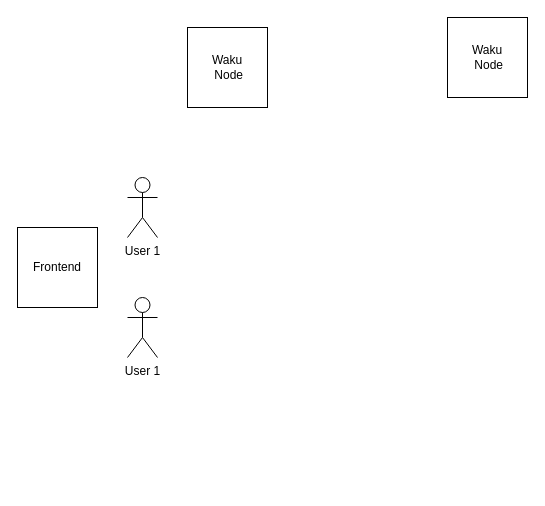
Earlier version of the draw.io diagram App architecture.drawio (sandrotbilisi/HackthonProject). Source tidied: cells renumbered, new cells numbered last; positions are measured from the earlier drawing's top-left corner, leaving out a move shared by most shapes. Both pictures are drawn from the tidied source at 100%, with x=0, y=0 at pixel (17, 17).
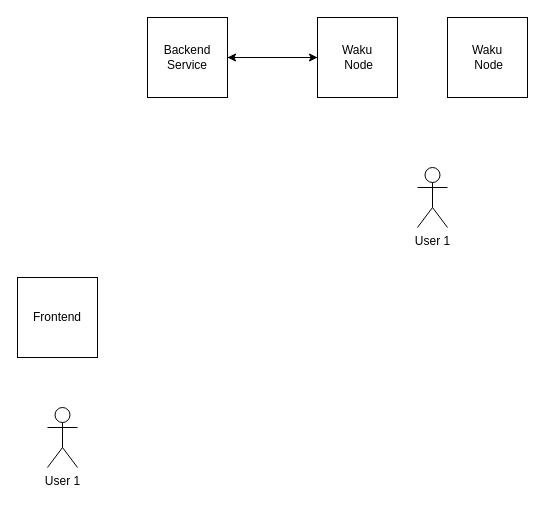
The same page after the edit.

The edit, as a diff of the source:
```diff
@@
 <mxGraphModel>
   <root>
     <mxCell id="0" />
     <mxCell id="1" parent="0" />
     <mxCell id="2" value="User 1&lt;br&gt;" style="shape=umlActor;verticalLabelPosition=bottom;verticalAlign=top;html=1;" parent="1" vertex="1">
-      <mxGeometry x="110" y="160" width="30" height="60" as="geometry" />
+      <mxGeometry x="400" y="150" width="30" height="60" as="geometry" />
     </mxCell>
     <mxCell id="3" value="User 1&lt;br&gt;" style="shape=umlActor;verticalLabelPosition=bottom;verticalAlign=top;html=1;" parent="1" vertex="1">
-      <mxGeometry x="110" y="280" width="30" height="60" as="geometry" />
+      <mxGeometry x="30" y="390" width="30" height="60" as="geometry" />
     </mxCell>
+    <mxCell id="7" style="edgeStyle=orthogonalEdgeStyle;rounded=0;jettySize=auto;html=1;" parent="1" edge="1" source="4" target="9">
+      <mxGeometry relative="1" as="geometry" />
+    </mxCell>
     <mxCell id="4" value="Waku&lt;br&gt;&amp;nbsp;Node&lt;br&gt;" style="whiteSpace=wrap;html=1;" parent="1" vertex="1">
-      <mxGeometry x="170" y="10" width="80" height="80" as="geometry" />
+      <mxGeometry x="300" width="80" height="80" as="geometry" />
     </mxCell>
     <mxCell id="5" value="Waku&lt;br&gt;&amp;nbsp;Node&lt;br&gt;" style="whiteSpace=wrap;html=1;" parent="1" vertex="1">
       <mxGeometry x="430" width="80" height="80" as="geometry" />
     </mxCell>
     <mxCell id="6" value="Frontend" style="whiteSpace=wrap;html=1;" parent="1" vertex="1">
-      <mxGeometry y="210" width="80" height="80" as="geometry" />
+      <mxGeometry y="260" width="80" height="80" as="geometry" />
     </mxCell>
+    <mxCell id="8" style="edgeStyle=orthogonalEdgeStyle;rounded=0;jettySize=auto;html=1;" parent="1" edge="1" source="9" target="4">
+      <mxGeometry relative="1" as="geometry" />
+    </mxCell>
+    <mxCell id="9" value="Backend Service" style="whiteSpace=wrap;html=1;" parent="1" vertex="1">
+      <mxGeometry x="130" width="80" height="80" as="geometry" />
+    </mxCell>
   </root>
 </mxGraphModel>
```
